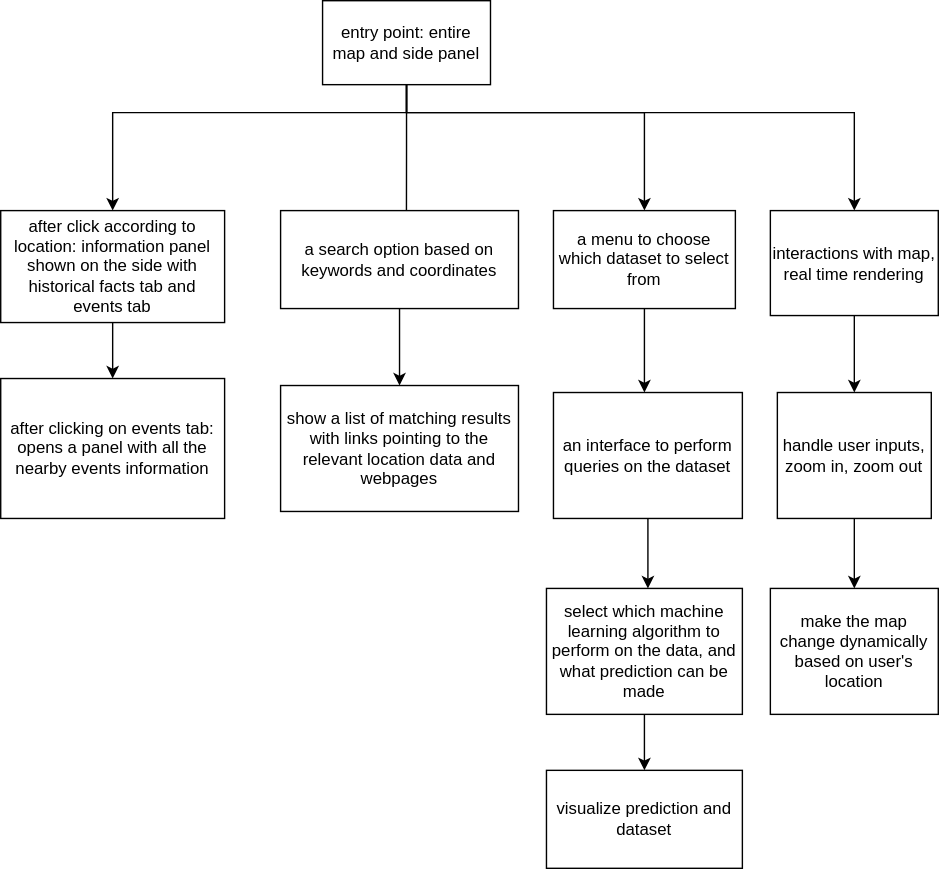
Earlier version of the draw.io export ux-design/wireframe.svg (sachiniyer/resow). Source tidied: cells renumbered, new cells last; positions are measured from the earlier drawing's top-left corner, leaving out a move shared by most shapes.
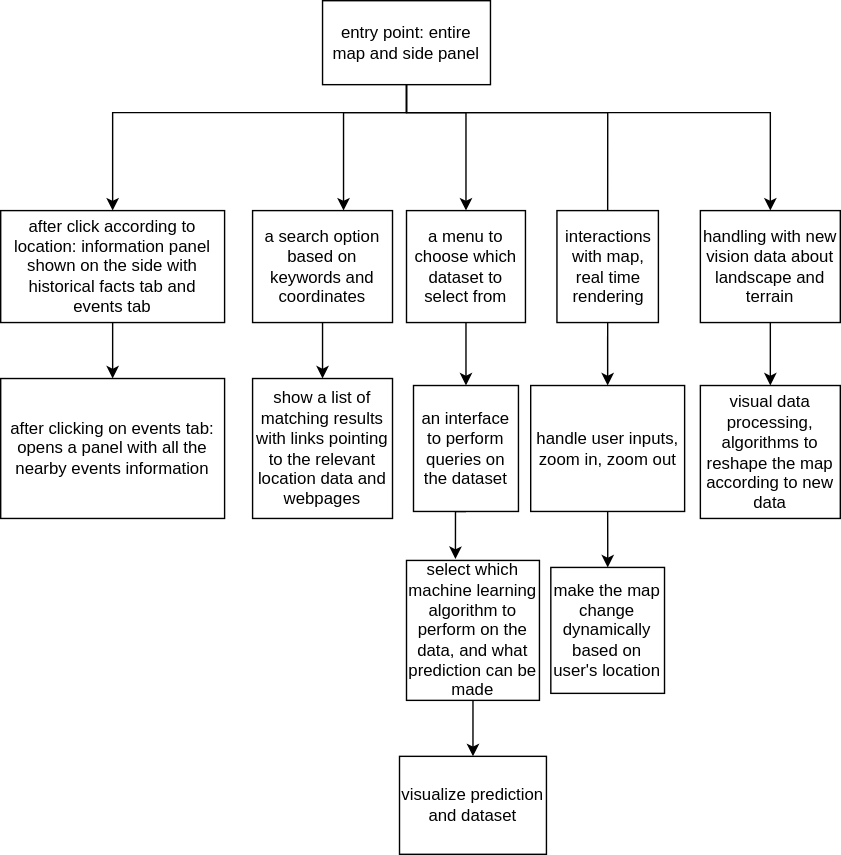
The same diagram one commit later.

What changed in the source:
```diff
@@ -2,95 +2,103 @@
   <root>
     <mxCell id="0" />
     <mxCell id="1" parent="0" />
+    <mxCell id="3" style="edgeStyle=orthogonalEdgeStyle;rounded=0;jettySize=auto;html=1;" parent="1" edge="1" source="6" target="8">
+      <mxGeometry relative="1" as="geometry">
+        <Array as="points">
+          <mxPoint x="260" y="10" />
+          <mxPoint x="50" y="10" />
+        </Array>
+      </mxGeometry>
+    </mxCell>
+    <mxCell id="25" style="edgeStyle=orthogonalEdgeStyle;rounded=0;jettySize=auto;html=1;exitX=0.5;exitY=0;exitDx=0;exitDy=0;" parent="1" edge="1" source="21" target="11">
+      <mxGeometry relative="1" as="geometry">
+        <Array as="points">
+          <mxPoint x="404" y="10" />
+          <mxPoint x="215" y="10" />
+        </Array>
+      </mxGeometry>
+    </mxCell>
     <mxCell id="2" style="edgeStyle=orthogonalEdgeStyle;rounded=0;jettySize=auto;html=1;entryX=0.5;entryY=0;entryDx=0;entryDy=0;" parent="1" edge="1" source="6" target="14">
       <mxGeometry relative="1" as="geometry">
         <Array as="points">
-          <mxPoint x="290" y="80" />
-          <mxPoint x="460" y="80" />
+          <mxPoint x="260" y="10" />
+          <mxPoint x="303" y="10" />
         </Array>
       </mxGeometry>
     </mxCell>
-    <mxCell id="3" style="edgeStyle=orthogonalEdgeStyle;rounded=0;jettySize=auto;html=1;" parent="1" edge="1" source="6" target="8">
-      <mxGeometry relative="1" as="geometry">
-        <Array as="points">
-          <mxPoint x="290" y="80" />
-          <mxPoint x="80" y="80" />
-        </Array>
-      </mxGeometry>
-    </mxCell>
-    <mxCell id="4" style="edgeStyle=orthogonalEdgeStyle;rounded=0;jettySize=auto;html=1;exitX=0.5;exitY=1;exitDx=0;exitDy=0;entryX=0.529;entryY=0.125;entryDx=0;entryDy=0;entryPerimeter=0;" parent="1" edge="1" source="6" target="11">
-      <mxGeometry relative="1" as="geometry" />
-    </mxCell>
-    <mxCell id="5" style="edgeStyle=orthogonalEdgeStyle;rounded=0;jettySize=auto;html=1;entryX=0.5;entryY=0;entryDx=0;entryDy=0;" parent="1" edge="1" source="6" target="21">
-      <mxGeometry relative="1" as="geometry">
-        <Array as="points">
-          <mxPoint x="290" y="80" />
-          <mxPoint x="610" y="80" />
-        </Array>
-      </mxGeometry>
-    </mxCell>
+    <mxCell id="26" style="edgeStyle=orthogonalEdgeStyle;rounded=0;jettySize=auto;html=1;exitX=0.5;exitY=1;exitDx=0;exitDy=0;entryX=0.5;entryY=0;entryDx=0;entryDy=0;" parent="1" edge="1" source="6" target="31">
+      <mxGeometry relative="1" as="geometry">
+        <Array as="points">
+          <mxPoint x="260" y="10" />
+          <mxPoint x="520" y="10" />
+        </Array>
+      </mxGeometry>
+    </mxCell>
     <mxCell id="6" value="&lt;div&gt;entry point: entire map and side panel&lt;/div&gt;" style="whiteSpace=wrap;html=1;" parent="1" vertex="1">
-      <mxGeometry x="230" width="120" height="60" as="geometry" />
+      <mxGeometry x="200" y="-70" width="120" height="60" as="geometry" />
     </mxCell>
     <mxCell id="7" style="edgeStyle=orthogonalEdgeStyle;rounded=0;jettySize=auto;html=1;" parent="1" edge="1" source="8" target="9">
       <mxGeometry relative="1" as="geometry" />
     </mxCell>
     <mxCell id="8" value="after click according to location: information panel shown on the side with historical facts tab and events tab" style="whiteSpace=wrap;html=1;" parent="1" vertex="1">
-      <mxGeometry y="150" width="160" height="80" as="geometry" />
+      <mxGeometry x="-30" y="80" width="160" height="80" as="geometry" />
     </mxCell>
     <mxCell id="9" value="after clicking on events tab: opens a panel with all the nearby events information" style="rounded=0;whiteSpace=wrap;html=1;" parent="1" vertex="1">
-      <mxGeometry y="270" width="160" height="100" as="geometry" />
+      <mxGeometry x="-30" y="200" width="160" height="100" as="geometry" />
     </mxCell>
     <mxCell id="10" style="edgeStyle=orthogonalEdgeStyle;rounded=0;jettySize=auto;html=1;exitX=0.5;exitY=1;exitDx=0;exitDy=0;entryX=0.5;entryY=0;entryDx=0;entryDy=0;entryPerimeter=0;" parent="1" edge="1" source="11" target="12">
       <mxGeometry relative="1" as="geometry" />
     </mxCell>
     <mxCell id="11" value="a search option based on keywords and coordinates" style="whiteSpace=wrap;html=1;" parent="1" vertex="1">
-      <mxGeometry x="200" y="150" width="170" height="70" as="geometry" />
+      <mxGeometry x="150" y="80" width="100" height="80" as="geometry" />
     </mxCell>
     <mxCell id="12" value="show a list of matching results with links pointing to the relevant location data and webpages" style="whiteSpace=wrap;html=1;" parent="1" vertex="1">
-      <mxGeometry x="200" y="275" width="170" height="90" as="geometry" />
+      <mxGeometry x="150" y="200" width="100" height="100" as="geometry" />
     </mxCell>
-    <mxCell id="13" style="edgeStyle=orthogonalEdgeStyle;rounded=0;jettySize=auto;html=1;exitX=0.5;exitY=1;exitDx=0;exitDy=0;" parent="1" edge="1" source="14">
-      <mxGeometry relative="1" as="geometry">
-        <mxPoint x="460" y="280" as="targetPoint" />
-      </mxGeometry>
-    </mxCell>
+    <mxCell id="27" style="edgeStyle=orthogonalEdgeStyle;rounded=0;jettySize=auto;html=1;exitX=0.5;exitY=1;exitDx=0;exitDy=0;entryX=0.5;entryY=0;entryDx=0;entryDy=0;" parent="1" edge="1" source="14" target="16">
+      <mxGeometry relative="1" as="geometry" />
+    </mxCell>
     <mxCell id="14" value="a menu to choose which dataset to select from" style="whiteSpace=wrap;html=1;" parent="1" vertex="1">
-      <mxGeometry x="395" y="150" width="130" height="70" as="geometry" />
+      <mxGeometry x="260" y="80" width="85" height="80" as="geometry" />
     </mxCell>
-    <mxCell id="15" style="edgeStyle=orthogonalEdgeStyle;rounded=0;jettySize=auto;html=1;" parent="1" edge="1" source="16">
-      <mxGeometry relative="1" as="geometry">
-        <mxPoint x="462.5" y="420" as="targetPoint" />
-      </mxGeometry>
-    </mxCell>
+    <mxCell id="28" style="edgeStyle=orthogonalEdgeStyle;rounded=0;jettySize=auto;html=1;exitX=0.5;exitY=1;exitDx=0;exitDy=0;entryX=0.368;entryY=-0.01;entryDx=0;entryDy=0;entryPerimeter=0;" parent="1" edge="1" source="16" target="18">
+      <mxGeometry relative="1" as="geometry" />
+    </mxCell>
     <mxCell id="16" value="an interface to perform queries on the dataset" style="whiteSpace=wrap;html=1;" parent="1" vertex="1">
-      <mxGeometry x="395" y="280" width="135" height="90" as="geometry" />
+      <mxGeometry x="265" y="205" width="75" height="90" as="geometry" />
     </mxCell>
     <mxCell id="17" style="edgeStyle=orthogonalEdgeStyle;rounded=0;jettySize=auto;html=1;entryX=0.5;entryY=0;entryDx=0;entryDy=0;" parent="1" edge="1" source="18" target="19">
       <mxGeometry relative="1" as="geometry" />
     </mxCell>
     <mxCell id="18" value="select which machine learning algorithm to perform on the data, and what prediction can be made" style="whiteSpace=wrap;html=1;" parent="1" vertex="1">
-      <mxGeometry x="390" y="420" width="140" height="90" as="geometry" />
+      <mxGeometry x="260" y="330" width="95" height="100" as="geometry" />
     </mxCell>
     <mxCell id="19" value="visualize prediction and dataset" style="whiteSpace=wrap;html=1;" parent="1" vertex="1">
-      <mxGeometry x="390" y="550" width="140" height="70" as="geometry" />
+      <mxGeometry x="255" y="470" width="105" height="70" as="geometry" />
     </mxCell>
     <mxCell id="20" style="edgeStyle=orthogonalEdgeStyle;rounded=0;jettySize=auto;html=1;exitX=0.5;exitY=1;exitDx=0;exitDy=0;entryX=0.5;entryY=0;entryDx=0;entryDy=0;" parent="1" edge="1" source="21" target="23">
       <mxGeometry relative="1" as="geometry" />
     </mxCell>
     <mxCell id="21" value="interactions with map, real time rendering" style="whiteSpace=wrap;html=1;" parent="1" vertex="1">
-      <mxGeometry x="550" y="150" width="120" height="75" as="geometry" />
+      <mxGeometry x="367.5" y="80" width="72.5" height="80" as="geometry" />
     </mxCell>
-    <mxCell id="22" style="edgeStyle=orthogonalEdgeStyle;rounded=0;jettySize=auto;html=1;exitX=0.5;exitY=1;exitDx=0;exitDy=0;" parent="1" edge="1" source="23">
-      <mxGeometry relative="1" as="geometry">
-        <mxPoint x="610" y="420" as="targetPoint" />
-      </mxGeometry>
-    </mxCell>
+    <mxCell id="29" style="edgeStyle=orthogonalEdgeStyle;rounded=0;jettySize=auto;html=1;exitX=0.5;exitY=1;exitDx=0;exitDy=0;" parent="1" edge="1" source="23" target="24">
+      <mxGeometry relative="1" as="geometry" />
+    </mxCell>
     <mxCell id="23" value="handle user inputs, zoom in, zoom out" style="whiteSpace=wrap;html=1;" parent="1" vertex="1">
-      <mxGeometry x="555" y="280" width="110" height="90" as="geometry" />
+      <mxGeometry x="348.8" y="205" width="110" height="90" as="geometry" />
     </mxCell>
     <mxCell id="24" value="make the map change dynamically based on user's location" style="whiteSpace=wrap;html=1;" parent="1" vertex="1">
-      <mxGeometry x="550" y="420" width="120" height="90" as="geometry" />
+      <mxGeometry x="363.1" y="335" width="81.2" height="90" as="geometry" />
     </mxCell>
+    <mxCell id="30" style="edgeStyle=orthogonalEdgeStyle;rounded=0;jettySize=auto;html=1;exitX=0.5;exitY=1;exitDx=0;exitDy=0;entryX=0.5;entryY=0;entryDx=0;entryDy=0;" parent="1" edge="1" source="31" target="32">
+      <mxGeometry relative="1" as="geometry" />
+    </mxCell>
+    <mxCell id="31" value="handling with new vision data about landscape and terrain" style="whiteSpace=wrap;html=1;" parent="1" vertex="1">
+      <mxGeometry x="470" y="80" width="100" height="80" as="geometry" />
+    </mxCell>
+    <mxCell id="32" value="visual data processing, algorithms to reshape the map according to new data&lt;br&gt;" style="whiteSpace=wrap;html=1;" parent="1" vertex="1">
+      <mxGeometry x="470" y="205" width="100" height="95" as="geometry" />
+    </mxCell>
   </root>
 </mxGraphModel>
```
